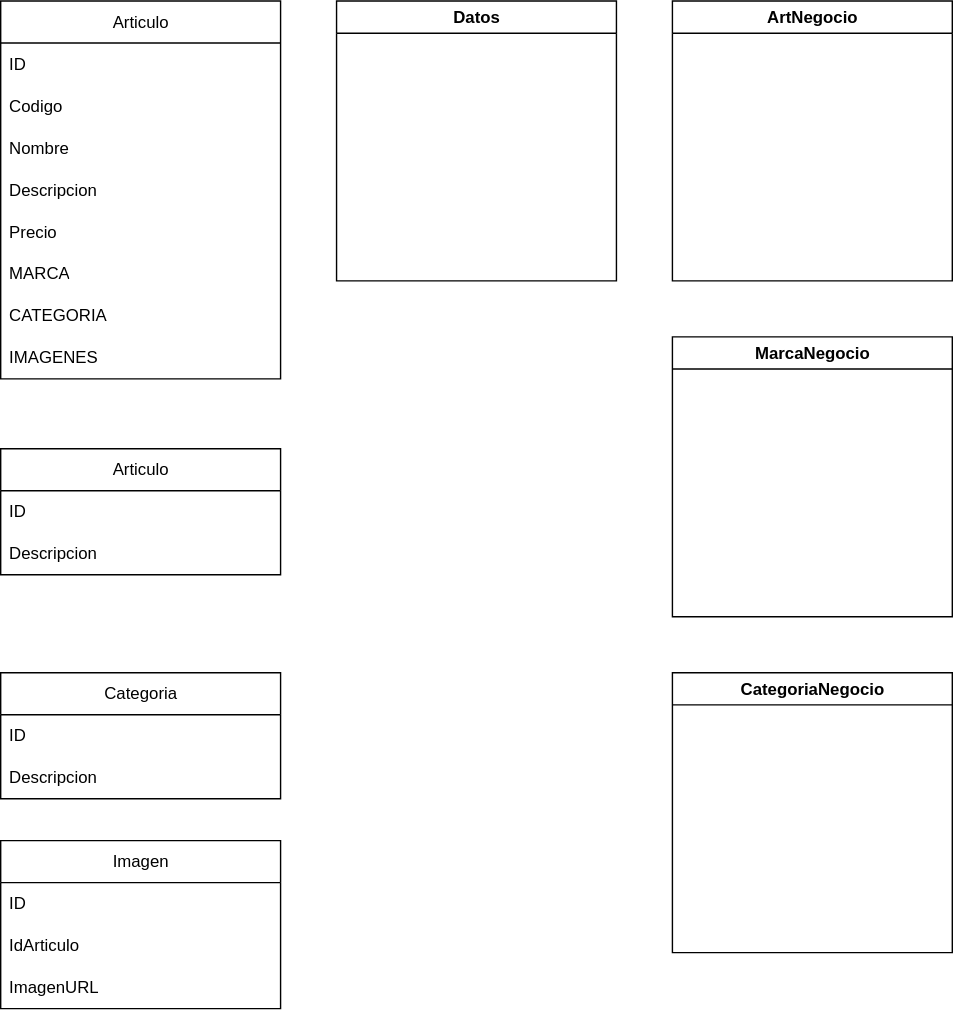
This is docs/FormsProject.drawio.svg from Stepanuck/FormsProject, a draw.io export, as it was before one commit. Source tidied: cells renumbered, new cells last; positions are measured from the earlier drawing's top-left corner, leaving out a move shared by most shapes.
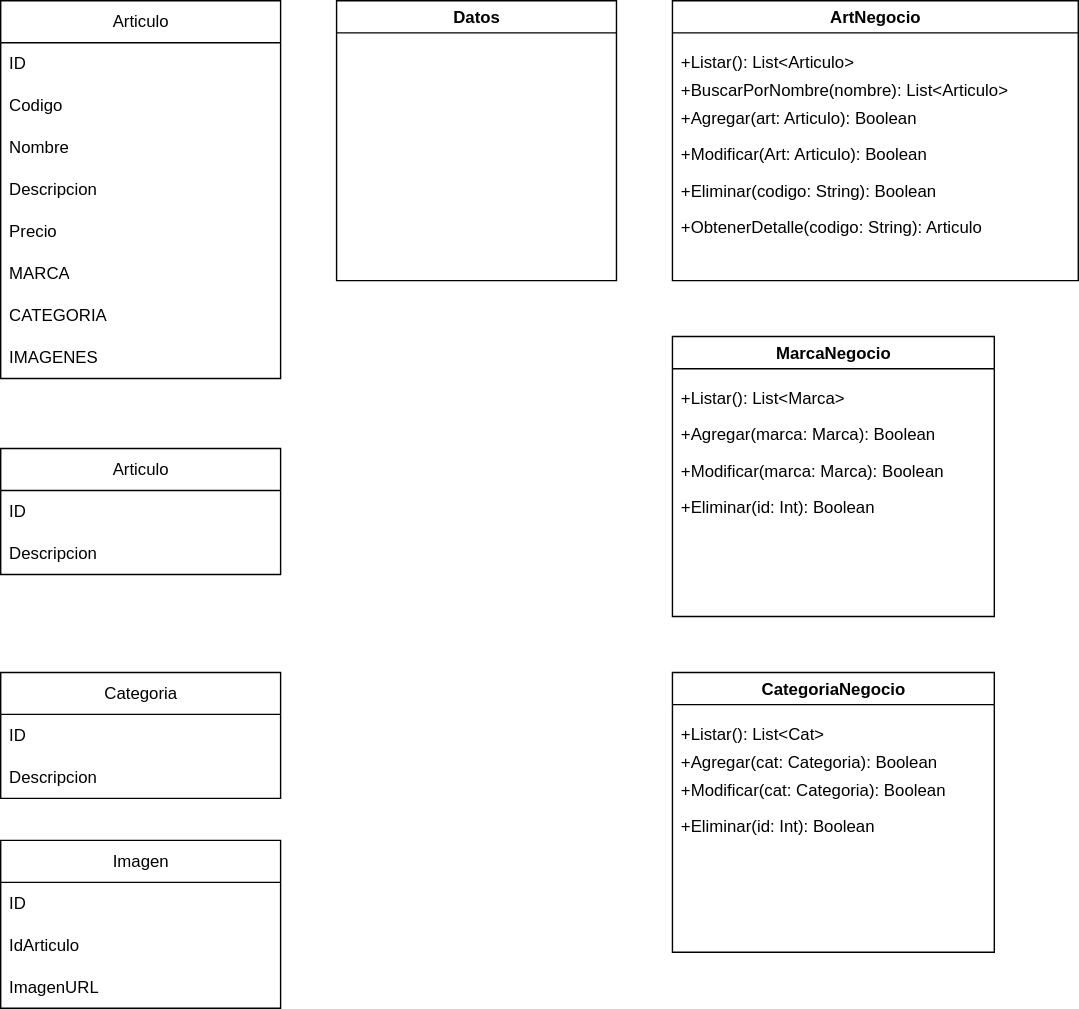
Above is the later version.

Commit message:
C4 - Se sube V-1 de Clases de Negocios con sus Funciones en formato SVG

Diff of the diagram source:
```diff
@@ -6,14 +6,56 @@
       <mxGeometry x="240" width="200" height="200" as="geometry" />
     </mxCell>
     <mxCell id="3" value="ArtNegocio" style="swimlane;whiteSpace=wrap;html=1;startSize=23;" parent="1" vertex="1">
-      <mxGeometry x="480" width="200" height="200" as="geometry" />
+      <mxGeometry x="480" width="290" height="200" as="geometry" />
     </mxCell>
+    <mxCell id="25" value="+Listar(): List&amp;lt;Articulo&amp;gt;" style="text;strokeColor=none;fillColor=none;align=left;verticalAlign=top;spacingLeft=4;spacingRight=4;overflow=hidden;whiteSpace=wrap;html=1;" parent="3" vertex="1">
+      <mxGeometry y="30" width="160" height="26" as="geometry" />
+    </mxCell>
+    <mxCell id="26" value="+BuscarPorNombre(nombre): List&amp;lt;Articulo&amp;gt;" style="text;strokeColor=none;fillColor=none;align=left;verticalAlign=top;spacingLeft=4;spacingRight=4;overflow=hidden;whiteSpace=wrap;html=1;" parent="3" vertex="1">
+      <mxGeometry y="50" width="290" height="26" as="geometry" />
+    </mxCell>
+    <mxCell id="27" value="+Agregar(art: Articulo): Boolean" style="text;strokeColor=none;fillColor=none;align=left;verticalAlign=top;spacingLeft=4;spacingRight=4;overflow=hidden;whiteSpace=wrap;html=1;" parent="3" vertex="1">
+      <mxGeometry y="70" width="210" height="26" as="geometry" />
+    </mxCell>
+    <mxCell id="28" value="+Modificar(Art: Articulo): Boolean" style="text;strokeColor=none;fillColor=none;align=left;verticalAlign=top;spacingLeft=4;spacingRight=4;overflow=hidden;whiteSpace=wrap;html=1;" parent="3" vertex="1">
+      <mxGeometry y="96" width="190" height="26" as="geometry" />
+    </mxCell>
+    <mxCell id="29" value="+Eliminar(codigo: String): Boolean" style="text;strokeColor=none;fillColor=none;align=left;verticalAlign=top;spacingLeft=4;spacingRight=4;overflow=hidden;whiteSpace=wrap;html=1;" parent="3" vertex="1">
+      <mxGeometry y="122" width="220" height="26" as="geometry" />
+    </mxCell>
+    <mxCell id="30" value="+ObtenerDetalle(codigo: String): Articulo" style="text;strokeColor=none;fillColor=none;align=left;verticalAlign=top;spacingLeft=4;spacingRight=4;overflow=hidden;whiteSpace=wrap;html=1;" parent="3" vertex="1">
+      <mxGeometry y="148" width="280" height="26" as="geometry" />
+    </mxCell>
     <mxCell id="4" value="CategoriaNegocio" style="swimlane;whiteSpace=wrap;html=1;" parent="1" vertex="1">
-      <mxGeometry x="480" y="480" width="200" height="200" as="geometry" />
+      <mxGeometry x="480" y="480" width="230" height="200" as="geometry" />
     </mxCell>
+    <mxCell id="31" value="+Listar(): List&amp;lt;Cat&amp;gt;" style="text;strokeColor=none;fillColor=none;align=left;verticalAlign=top;spacingLeft=4;spacingRight=4;overflow=hidden;whiteSpace=wrap;html=1;" parent="4" vertex="1">
+      <mxGeometry y="30" width="160" height="26" as="geometry" />
+    </mxCell>
+    <mxCell id="32" value="+Agregar(cat: Categoria): Boolean" style="text;strokeColor=none;fillColor=none;align=left;verticalAlign=top;spacingLeft=4;spacingRight=4;overflow=hidden;whiteSpace=wrap;html=1;" parent="4" vertex="1">
+      <mxGeometry y="50" width="220" height="26" as="geometry" />
+    </mxCell>
+    <mxCell id="33" value="+Modificar(cat: Categoria): Boolean" style="text;strokeColor=none;fillColor=none;align=left;verticalAlign=top;spacingLeft=4;spacingRight=4;overflow=hidden;whiteSpace=wrap;html=1;" parent="4" vertex="1">
+      <mxGeometry y="70" width="230" height="26" as="geometry" />
+    </mxCell>
+    <mxCell id="34" value="+Eliminar(id: Int): Boolean" style="text;strokeColor=none;fillColor=none;align=left;verticalAlign=top;spacingLeft=4;spacingRight=4;overflow=hidden;whiteSpace=wrap;html=1;" parent="4" vertex="1">
+      <mxGeometry y="96" width="160" height="26" as="geometry" />
+    </mxCell>
     <mxCell id="5" value="MarcaNegocio" style="swimlane;whiteSpace=wrap;html=1;" parent="1" vertex="1">
-      <mxGeometry x="480" y="240" width="200" height="200" as="geometry" />
+      <mxGeometry x="480" y="240" width="230" height="200" as="geometry" />
     </mxCell>
+    <mxCell id="35" value="+Listar(): List&amp;lt;Marca&amp;gt;" style="text;strokeColor=none;fillColor=none;align=left;verticalAlign=top;spacingLeft=4;spacingRight=4;overflow=hidden;whiteSpace=wrap;html=1;" parent="5" vertex="1">
+      <mxGeometry y="30" width="160" height="26" as="geometry" />
+    </mxCell>
+    <mxCell id="36" value="+Agregar(marca: Marca): Boolean" style="text;strokeColor=none;fillColor=none;align=left;verticalAlign=top;spacingLeft=4;spacingRight=4;overflow=hidden;whiteSpace=wrap;html=1;" parent="5" vertex="1">
+      <mxGeometry y="56" width="220" height="26" as="geometry" />
+    </mxCell>
+    <mxCell id="37" value="+Modificar(marca: Marca): Boolean" style="text;strokeColor=none;fillColor=none;align=left;verticalAlign=top;spacingLeft=4;spacingRight=4;overflow=hidden;whiteSpace=wrap;html=1;" parent="5" vertex="1">
+      <mxGeometry y="82" width="230" height="26" as="geometry" />
+    </mxCell>
+    <mxCell id="38" value="+Eliminar(id: Int): Boolean" style="text;strokeColor=none;fillColor=none;align=left;verticalAlign=top;spacingLeft=4;spacingRight=4;overflow=hidden;whiteSpace=wrap;html=1;" parent="5" vertex="1">
+      <mxGeometry y="108" width="160" height="26" as="geometry" />
+    </mxCell>
     <mxCell id="6" value="Articulo" style="swimlane;fontStyle=0;horizontal=1;startSize=30;whiteSpace=wrap;html=1;" parent="1" vertex="1">
       <mxGeometry width="200" height="270" as="geometry" />
     </mxCell>
```
